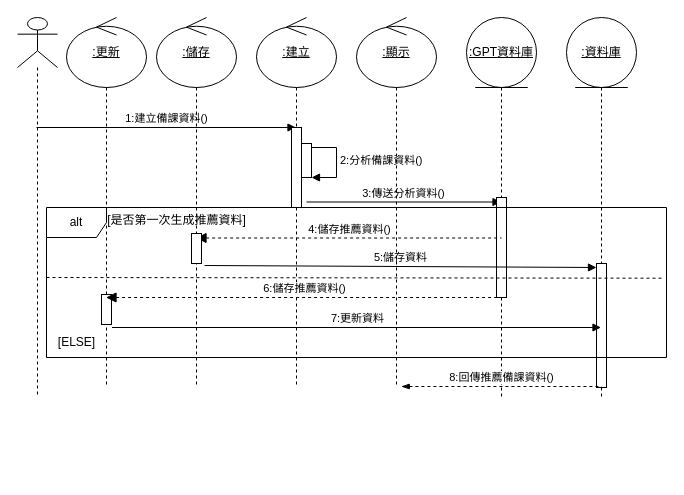
Before: page "生成建議資料" (2 of 2) of 循序圖(建議資料).drawio in Kevincheng0804/System-analysis, a draw.io diagram. Source tidied: cells renumbered, new cells numbered last; positions are measured from the earlier drawing's top-left corner, leaving out a move shared by most shapes. Both pictures are drawn from the tidied source at 100%, with x=0, y=0 at pixel (17, 17).
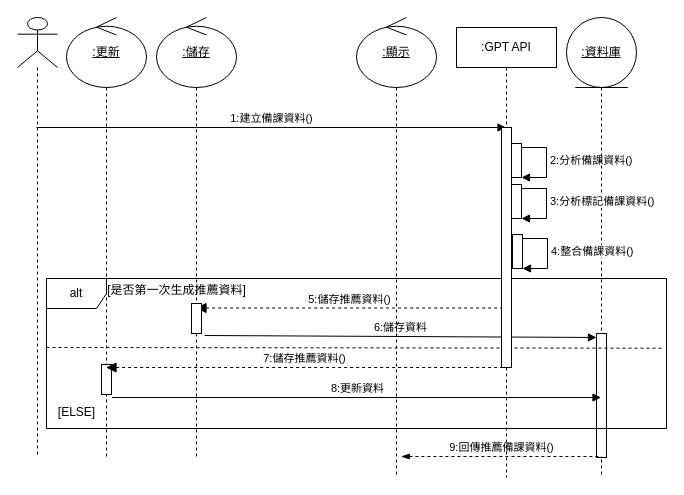
The same diagram, later.

Diff of the diagram source:
```diff
@@
     <mxCell id="2" style="shape=umlLifeline;perimeter=lifelinePerimeter;whiteSpace=wrap;html=1;newEdgeStyle={&quot;curved&quot;:0,&quot;rounded&quot;:0};participant=umlActor;size=50;" parent="1" vertex="1">
-      <mxGeometry width="40" height="380" as="geometry" />
+      <mxGeometry width="40" height="440" as="geometry" />
     </mxCell>
-    <mxCell id="3" value="3:傳送分析資料()" style="html=1;verticalAlign=bottom;startArrow=none;startFill=0;endArrow=block;startSize=8;" parent="1" edge="1" target="5">
-      <mxGeometry relative="1" as="geometry">
-        <mxPoint x="289" y="184.5" as="sourcePoint" />
-      </mxGeometry>
-    </mxCell>
-    <mxCell id="4" value="1:建立備課資料()" style="html=1;verticalAlign=bottom;startArrow=none;startFill=0;endArrow=block;startSize=8;" parent="1" edge="1" target="7">
+    <mxCell id="4" value="1:建立備課資料()" style="html=1;verticalAlign=bottom;startArrow=none;startFill=0;endArrow=block;startSize=8;" parent="1" edge="1" target="27">
       <mxGeometry relative="1" as="geometry">
         <mxPoint x="19" y="110" as="sourcePoint" />
       </mxGeometry>
     </mxCell>
-    <mxCell id="5" value="&lt;u&gt;:GPT資料庫&lt;/u&gt;" style="shape=umlLifeline;perimeter=lifelinePerimeter;whiteSpace=wrap;html=1;outlineConnect=0;portConstraint=eastwest;newEdgeStyle={&quot;curved&quot;:0,&quot;rounded&quot;:0};participant=umlEntity;size=70;" parent="1" vertex="1">
-      <mxGeometry x="449" width="70" height="380" as="geometry" />
-    </mxCell>
-    <mxCell id="6" style="html=1;perimeter=orthogonalPerimeter;targetShapes=umlLifeline;newEdgeStyle={&quot;curved&quot;:0,&quot;rounded&quot;:0};" parent="5" vertex="1">
-      <mxGeometry x="30" y="180" width="10" height="100" as="geometry" />
-    </mxCell>
-    <mxCell id="7" value="&lt;u&gt;:建立&lt;/u&gt;" style="shape=umlLifeline;perimeter=lifelinePerimeter;whiteSpace=wrap;html=1;outlineConnect=0;portConstraint=eastwest;newEdgeStyle={&quot;curved&quot;:0,&quot;rounded&quot;:0};participant=umlControl;size=70;" parent="1" vertex="1">
-      <mxGeometry x="239" width="80" height="370" as="geometry" />
-    </mxCell>
-    <mxCell id="8" style="html=1;perimeter=orthogonalPerimeter;targetShapes=umlLifeline;newEdgeStyle={&quot;curved&quot;:0,&quot;rounded&quot;:0};" parent="7" vertex="1">
-      <mxGeometry x="35" y="110" width="10" height="80" as="geometry" />
-    </mxCell>
     <mxCell id="9" value="2:分析備課資料()" style="html=1;align=left;spacingLeft=2;endArrow=block;rounded=0;edgeStyle=orthogonalEdgeStyle;curved=0;rounded=0;" parent="1" edge="1">
       <mxGeometry relative="1" as="geometry">
-        <mxPoint x="289" y="130" as="sourcePoint" />
-        <mxPoint x="294" y="160" as="targetPoint" />
+        <mxPoint x="499" y="130" as="sourcePoint" />
+        <mxPoint x="504" y="160" as="targetPoint" />
         <Array as="points">
-          <mxPoint x="319" y="160" />
+          <mxPoint x="529" y="160" />
         </Array>
       </mxGeometry>
     </mxCell>
-    <mxCell id="10" value="4:儲存推薦資料()" style="html=1;verticalAlign=bottom;startArrow=block;startFill=1;endArrow=none;startSize=8;endFill=0;dashed=1;" parent="1" edge="1" source="11">
+    <mxCell id="10" value="5:儲存推薦資料()" style="html=1;verticalAlign=bottom;startArrow=block;startFill=1;endArrow=none;startSize=8;endFill=0;dashed=1;" parent="1" edge="1">
       <mxGeometry relative="1" as="geometry">
-        <mxPoint x="484" y="220.5" as="targetPoint" />
+        <mxPoint x="178.5" y="290.5" as="sourcePoint" />
+        <mxPoint x="484" y="290.5" as="targetPoint" />
       </mxGeometry>
     </mxCell>
     <mxCell id="11" value="&lt;u&gt;:儲存&lt;/u&gt;" style="shape=umlLifeline;perimeter=lifelinePerimeter;whiteSpace=wrap;html=1;outlineConnect=0;portConstraint=eastwest;newEdgeStyle={&quot;curved&quot;:0,&quot;rounded&quot;:0};participant=umlControl;size=70;" parent="1" vertex="1">
-      <mxGeometry x="139" width="80" height="370" as="geometry" />
+      <mxGeometry x="139" width="80" height="440" as="geometry" />
     </mxCell>
     <mxCell id="12" style="html=1;perimeter=orthogonalPerimeter;targetShapes=umlLifeline;newEdgeStyle={&quot;curved&quot;:0,&quot;rounded&quot;:0};" parent="11" vertex="1">
-      <mxGeometry x="35" y="216" width="10" height="30" as="geometry" />
+      <mxGeometry x="35" y="286" width="10" height="30" as="geometry" />
     </mxCell>
     <mxCell id="13" value="&lt;u&gt;:資料庫&lt;/u&gt;" style="shape=umlLifeline;perimeter=lifelinePerimeter;whiteSpace=wrap;html=1;outlineConnect=0;portConstraint=eastwest;newEdgeStyle={&quot;curved&quot;:0,&quot;rounded&quot;:0};participant=umlEntity;size=70;" parent="1" vertex="1">
-      <mxGeometry x="549" width="70" height="380" as="geometry" />
+      <mxGeometry x="549" width="70" height="460" as="geometry" />
     </mxCell>
     <mxCell id="14" style="html=1;perimeter=orthogonalPerimeter;targetShapes=umlLifeline;newEdgeStyle={&quot;curved&quot;:0,&quot;rounded&quot;:0};" parent="13" vertex="1">
-      <mxGeometry x="30" y="246" width="10" height="124" as="geometry" />
+      <mxGeometry x="30" y="316" width="10" height="124" as="geometry" />
     </mxCell>
-    <mxCell id="15" value="5:儲存資料" style="html=1;verticalAlign=bottom;startArrow=none;startFill=0;endArrow=block;startSize=8;" parent="1" edge="1">
+    <mxCell id="15" value="6:儲存資料" style="html=1;verticalAlign=bottom;startArrow=none;startFill=0;endArrow=block;startSize=8;" parent="1" edge="1">
       <mxGeometry relative="1" as="geometry">
-        <mxPoint x="187" y="248" as="sourcePoint" />
-        <mxPoint x="579" y="250" as="targetPoint" />
+        <mxPoint x="187" y="318" as="sourcePoint" />
+        <mxPoint x="579" y="320" as="targetPoint" />
       </mxGeometry>
     </mxCell>
-    <mxCell id="16" value="8:回傳推薦備課資料()" style="html=1;verticalAlign=bottom;endArrow=none;curved=0;rounded=0;dashed=1;startArrow=blockThin;startFill=1;endFill=0;entryX=-0.015;entryY=1;entryDx=0;entryDy=0;entryPerimeter=0;" parent="1" edge="1">
+    <mxCell id="16" value="9:回傳推薦備課資料()" style="html=1;verticalAlign=bottom;endArrow=none;curved=0;rounded=0;dashed=1;startArrow=blockThin;startFill=1;endFill=0;entryX=-0.015;entryY=1;entryDx=0;entryDy=0;entryPerimeter=0;" parent="1" edge="1">
       <mxGeometry relative="1" as="geometry">
-        <mxPoint x="383.8" y="369" as="sourcePoint" />
-        <mxPoint x="584.2" y="369" as="targetPoint" />
+        <mxPoint x="383.8" y="439" as="sourcePoint" />
+        <mxPoint x="584.2" y="439" as="targetPoint" />
       </mxGeometry>
     </mxCell>
     <mxCell id="17" value="&lt;u&gt;:顯示&lt;/u&gt;" style="shape=umlLifeline;perimeter=lifelinePerimeter;whiteSpace=wrap;html=1;newEdgeStyle={&quot;curved&quot;:0,&quot;rounded&quot;:0};participant=umlControl;size=70;" parent="1" vertex="1">
-      <mxGeometry x="339" width="80" height="370" as="geometry" />
+      <mxGeometry x="339" width="80" height="460" as="geometry" />
     </mxCell>
     <mxCell id="18" value="&lt;u&gt;:更新&lt;/u&gt;" style="shape=umlLifeline;perimeter=lifelinePerimeter;whiteSpace=wrap;html=1;outlineConnect=0;portConstraint=eastwest;newEdgeStyle={&quot;curved&quot;:0,&quot;rounded&quot;:0};participant=umlControl;size=70;" parent="1" vertex="1">
-      <mxGeometry x="49" width="80" height="370" as="geometry" />
+      <mxGeometry x="49" width="80" height="440" as="geometry" />
     </mxCell>
     <mxCell id="19" style="html=1;perimeter=orthogonalPerimeter;targetShapes=umlLifeline;newEdgeStyle={&quot;curved&quot;:0,&quot;rounded&quot;:0};" parent="18" vertex="1">
-      <mxGeometry x="35" y="277" width="10" height="30" as="geometry" />
+      <mxGeometry x="35" y="347" width="10" height="30" as="geometry" />
     </mxCell>
-    <mxCell id="20" value="6:儲存推薦資料()" style="html=1;verticalAlign=bottom;startArrow=block;startFill=1;endArrow=none;startSize=8;endFill=0;dashed=1;" parent="1" edge="1" source="18">
+    <mxCell id="20" value="7:儲存推薦資料()" style="html=1;verticalAlign=bottom;startArrow=block;startFill=1;endArrow=none;startSize=8;endFill=0;dashed=1;" parent="1" edge="1">
       <mxGeometry relative="1" as="geometry">
-        <mxPoint x="484" y="280" as="targetPoint" />
+        <mxPoint x="88.5" y="350" as="sourcePoint" />
+        <mxPoint x="484" y="350" as="targetPoint" />
       </mxGeometry>
     </mxCell>
-    <mxCell id="21" value="7:更新資料" style="html=1;verticalAlign=bottom;startArrow=none;startFill=0;endArrow=block;startSize=8;" parent="1" edge="1" target="13">
+    <mxCell id="21" value="8:更新資料" style="html=1;verticalAlign=bottom;startArrow=none;startFill=0;endArrow=block;startSize=8;" parent="1" edge="1">
       <mxGeometry relative="1" as="geometry">
-        <mxPoint x="94.5" y="310" as="sourcePoint" />
+        <mxPoint x="94.5" y="380" as="sourcePoint" />
+        <mxPoint x="583.5" y="380" as="targetPoint" />
       </mxGeometry>
     </mxCell>
     <mxCell id="22" value="alt" style="shape=umlFrame;whiteSpace=wrap;html=1;" parent="1" vertex="1">
-      <mxGeometry x="29" y="190" width="620" height="150" as="geometry" />
+      <mxGeometry x="29" y="261" width="620" height="150" as="geometry" />
     </mxCell>
     <mxCell id="23" value="[是否第一次生成推薦資料]" style="text;html=1;align=center;verticalAlign=middle;strokeColor=none;fillColor=none;" parent="1" vertex="1">
-      <mxGeometry x="79" y="188" width="160" height="30" as="geometry" />
+      <mxGeometry x="79" y="258" width="160" height="30" as="geometry" />
     </mxCell>
     <mxCell id="24" value="[ELSE]" style="text;html=1;align=center;verticalAlign=middle;strokeColor=none;fillColor=none;" parent="1" vertex="1">
-      <mxGeometry x="29" y="310" width="60" height="30" as="geometry" />
+      <mxGeometry x="29" y="380" width="60" height="30" as="geometry" />
     </mxCell>
     <mxCell id="25" style="endArrow=none;dashed=1;endFill=0;endSize=12;html=1;rounded=0;entryX=0.997;entryY=0.571;entryDx=0;entryDy=0;entryPerimeter=0;exitX=0.003;exitY=0.579;exitDx=0;exitDy=0;exitPerimeter=0;" parent="1" edge="1">
       <mxGeometry relative="1" as="geometry">
-        <mxPoint x="29" y="260" as="sourcePoint" />
-        <mxPoint x="645.9" y="260.7" as="targetPoint" />
+        <mxPoint x="29" y="330" as="sourcePoint" />
+        <mxPoint x="645.9" y="330.7" as="targetPoint" />
       </mxGeometry>
     </mxCell>
     <mxCell id="26" style="html=1;perimeter=orthogonalPerimeter;targetShapes=umlLifeline;newEdgeStyle={&quot;curved&quot;:0,&quot;rounded&quot;:0};" parent="1" vertex="1">
-      <mxGeometry x="284" y="126" width="10" height="34" as="geometry" />
+      <mxGeometry x="494" y="126" width="10" height="34" as="geometry" />
     </mxCell>
+    <mxCell id="27" value=":GPT API" style="shape=umlLifeline;perimeter=lifelinePerimeter;whiteSpace=wrap;html=1;outlineConnect=0;portConstraint=eastwest;newEdgeStyle={&quot;curved&quot;:0,&quot;rounded&quot;:0};" parent="1" vertex="1">
+      <mxGeometry x="439" y="10" width="100" height="450" as="geometry" />
+    </mxCell>
+    <mxCell id="28" style="html=1;perimeter=orthogonalPerimeter;targetShapes=umlLifeline;newEdgeStyle={&quot;curved&quot;:0,&quot;rounded&quot;:0};" parent="27" vertex="1">
+      <mxGeometry x="45" y="100" width="10" height="240" as="geometry" />
+    </mxCell>
+    <mxCell id="29" value="3:分析標記備課資料()" style="html=1;align=left;spacingLeft=2;endArrow=block;rounded=0;edgeStyle=orthogonalEdgeStyle;curved=0;rounded=0;" parent="1" edge="1">
+      <mxGeometry relative="1" as="geometry">
+        <mxPoint x="499" y="171" as="sourcePoint" />
+        <mxPoint x="504" y="201" as="targetPoint" />
+        <Array as="points">
+          <mxPoint x="529" y="201" />
+        </Array>
+      </mxGeometry>
+    </mxCell>
+    <mxCell id="30" style="html=1;perimeter=orthogonalPerimeter;targetShapes=umlLifeline;newEdgeStyle={&quot;curved&quot;:0,&quot;rounded&quot;:0};" parent="1" vertex="1">
+      <mxGeometry x="494" y="167" width="10" height="34" as="geometry" />
+    </mxCell>
+    <mxCell id="31" value="4:整合備課資料()" style="html=1;align=left;spacingLeft=2;endArrow=block;rounded=0;edgeStyle=orthogonalEdgeStyle;curved=0;rounded=0;" parent="1" edge="1">
+      <mxGeometry relative="1" as="geometry">
+        <mxPoint x="500" y="221" as="sourcePoint" />
+        <mxPoint x="505" y="251" as="targetPoint" />
+        <Array as="points">
+          <mxPoint x="530" y="251" />
+        </Array>
+      </mxGeometry>
+    </mxCell>
+    <mxCell id="32" style="html=1;perimeter=orthogonalPerimeter;targetShapes=umlLifeline;newEdgeStyle={&quot;curved&quot;:0,&quot;rounded&quot;:0};" parent="1" vertex="1">
+      <mxGeometry x="495" y="217" width="10" height="34" as="geometry" />
+    </mxCell>
```
